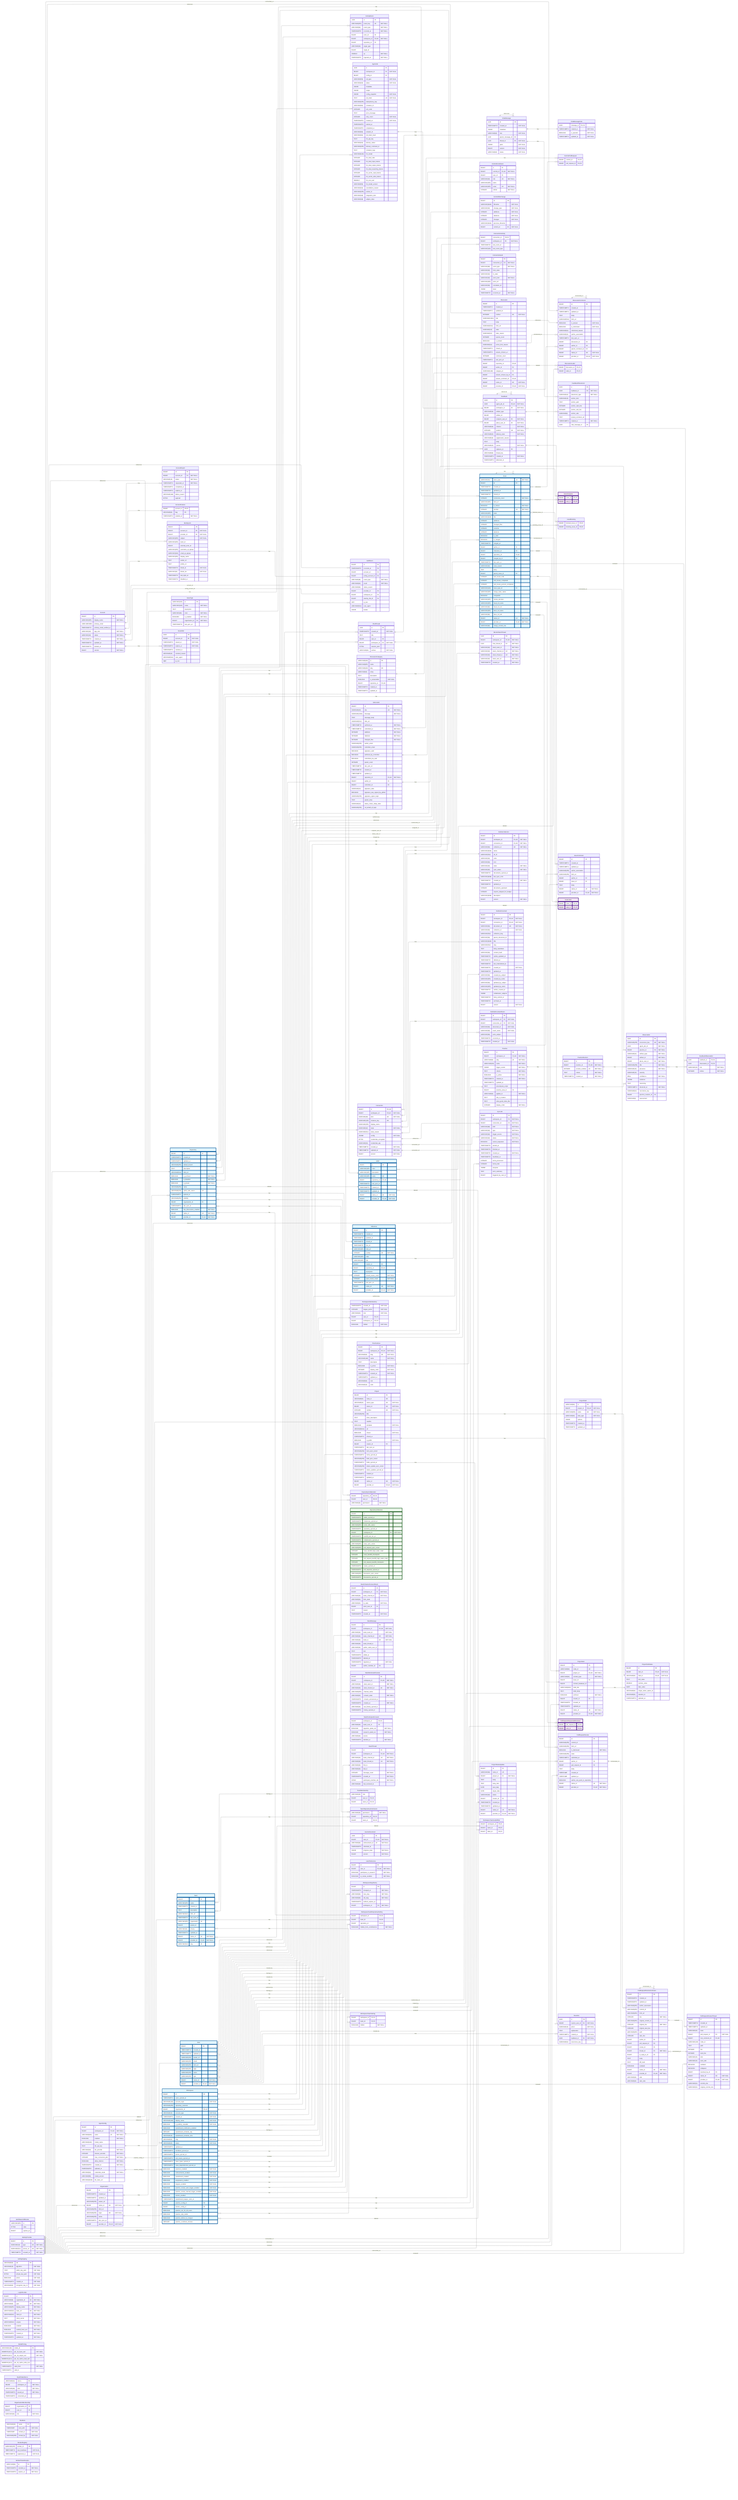
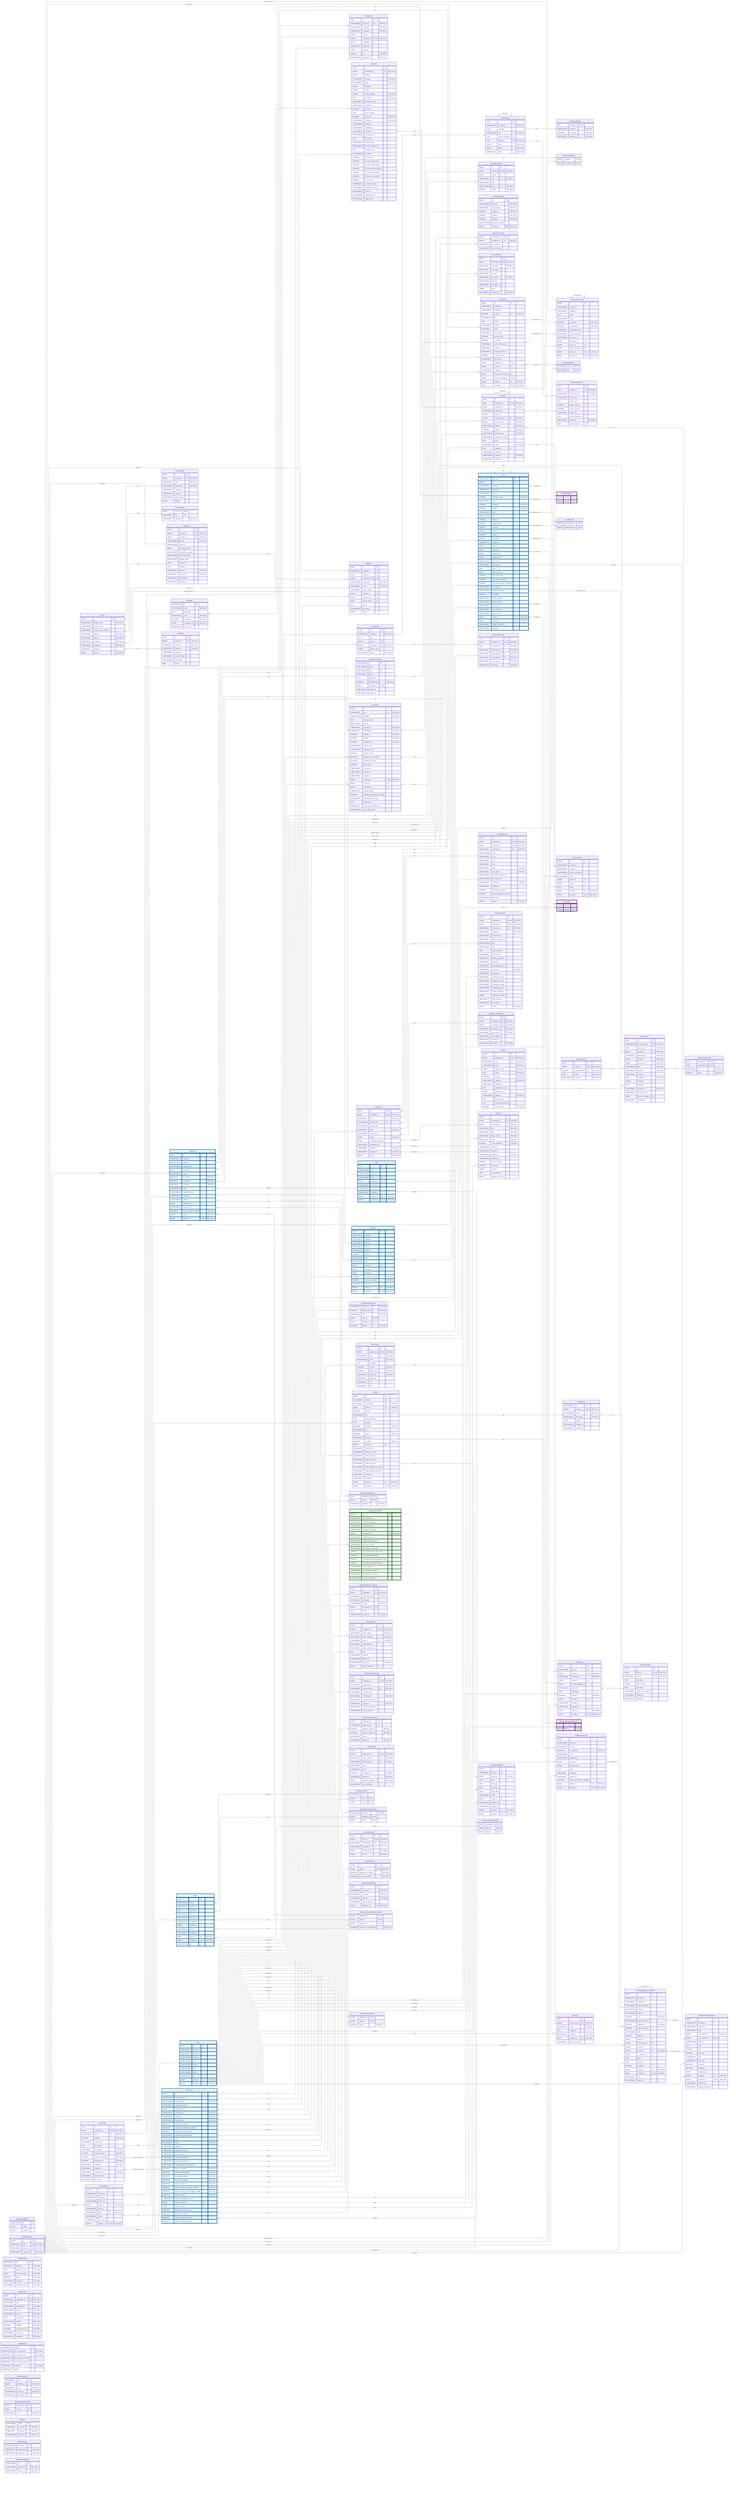
---
config:
    layout: elk
---
erDiagram
    %% Generated automatically from PostgreSQL database schema
    %% using scripts/generate-mermaid-erd.ts
    %% To regenerate: pnpm run db:generate-erd-docs

    direction LR

    Account {
        BIGINT id PK
        VARCHAR(255) display_name "NOT NULL"
        USER-DEFINED primary_email
        TIMESTAMPTZ primary_email_verified_at
        VARCHAR(16) app_role "NOT NULL"
        VARCHAR(16) status "NOT NULL"
        TIMESTAMPTZ created_at "NOT NULL"
        TIMESTAMPTZ updated_at "NOT NULL"
        TIMESTAMPTZ deleted_at
        BIGINT version "NOT NULL"
    }

    AccountExport {
        BIGINT id PK
        BIGINT account_id FK "NOT NULL"
        VARCHAR(16) status "NOT NULL"
        TIMESTAMPTZ requested_at "NOT NULL"
        TIMESTAMPTZ completed_at
        TIMESTAMPTZ expires_at
        VARCHAR(128) failure_reason
        BYTEA payload
    }

    AccountFeature {
        BIGINT account_id PK,FK
        VARCHAR(64) flag PK
        TIMESTAMPTZ enabled_at "NOT NULL"
    }

    ActivityEvent {
        UUID id PK
        VARCHAR(255) event_key UK "NOT NULL"
        VARCHAR(64) event_type "NOT NULL"
        TIMESTAMPTZ occurred_at "NOT NULL"
        BIGINT actor_id FK
        BIGINT workspace_id FK,UK "NOT NULL"
        BIGINT repository_id FK
        VARCHAR(32) target_type
        BIGINT target_id
        DOUBLE xp "NOT NULL"
        TIMESTAMPTZ ingested_at "NOT NULL"
    }

    AgentConfig {
        BIGINT id PK
        BIGINT workspace_id FK,UK "NOT NULL"
        VARCHAR(100) name UK "NOT NULL"
        BOOLEAN enabled "NOT NULL"
        VARCHAR(128) model_name
        TEXT llm_api_key
        VARCHAR(32) llm_provider "NOT NULL"
        INTEGER timeout_seconds "NOT NULL"
        INTEGER max_concurrent_jobs "NOT NULL"
        BOOLEAN allow_internet "NOT NULL"
        TIMESTAMPTZ created_at "NOT NULL"
        TIMESTAMPTZ updated_at
        VARCHAR(16) credential_mode "NOT NULL"
        VARCHAR(50) model_version
        VARCHAR(2048) llm_base_url
    }

    AgentJob {
        UUID id PK
        BIGINT workspace_id FK "NOT NULL"
        BIGINT config_id FK
        VARCHAR(50) job_type "NOT NULL"
        VARCHAR(20) status "NOT NULL"
        JSONB metadata
        JSONB output
        JSONB config_snapshot "NOT NULL"
        TEXT job_token UK "NOT NULL"
        VARCHAR(255) idempotency_key
        VARCHAR(64) container_id
        INTEGER exit_code
        TEXT error_message
        INTEGER retry_count "NOT NULL"
        TIMESTAMPTZ created_at "NOT NULL"
        TIMESTAMPTZ started_at
        TIMESTAMPTZ completed_at
        VARCHAR(64) network_id
        VARCHAR(64) job_token_hash
        TEXT llm_api_key
        VARCHAR(20) delivery_status
        VARCHAR(255) delivery_comment_id
        TEXT container_logs
        VARCHAR(100) llm_model
        INTEGER llm_total_calls
        INTEGER llm_total_input_tokens
        INTEGER llm_total_output_tokens
        INTEGER llm_total_reasoning_tokens
        INTEGER llm_cache_read_tokens
        INTEGER llm_cache_write_tokens
        DOUBLE llm_cost_usd
        VARCHAR(50) llm_model_version
        VARCHAR(32) cancellation_reason
        VARCHAR(255) worker_id
        VARCHAR(48) integration_kind
        VARCHAR(48) subject_class
    }

    AuthEvent {
        BIGINT id PK
        TIMESTAMPTZ occurred_at PK
        BIGINT account_id FK
        BIGINT acting_account_id FK
        VARCHAR(48) event_type "NOT NULL"
        VARCHAR(16) result "NOT NULL"
        VARCHAR(64) failure_reason
        BIGINT provider_id FK
        BIGINT workspace_id FK
        BIGINT identity_link_id FK
        INET ip_inet
        VARCHAR(512) user_agent
        JSONB details
    }

    AuthRateLimitBucket {
        VARCHAR(255) id PK
        BYTEA state
        BIGINT expires_at
    }

    ChatMessage {
        UUID id PK
        TIMESTAMPTZ created_at "NOT NULL"
        JSONB metadata
        VARCHAR(16) role "NOT NULL"
        UUID parent_message_id FK
        UUID thread_id FK "NOT NULL"
        JSONB parts "NOT NULL"
        BIGINT version "NOT NULL"
        VARCHAR(16) status "NOT NULL"
    }

    ChatMessageVote {
        UUID message_id PK,FK
        TIMESTAMPTZ created_at "NOT NULL"
        BOOLEAN is_upvoted "NOT NULL"
        TIMESTAMPTZ updated_at "NOT NULL"
    }

    ChatThread {
        UUID id PK
        TIMESTAMPTZ created_at "NOT NULL"
        TEXT title
        BIGINT user_id FK
        BIGINT workspace_id FK "NOT NULL"
        BYTEA session_jsonl
        VARCHAR(16) surface "NOT NULL"
    }

    CommitContributor {
        BIGINT id PK
        BIGINT commit_id FK,UK "NOT NULL"
        BIGINT user_id FK
        VARCHAR(32) role UK "NOT NULL"
        VARCHAR(255) name
        VARCHAR(255) email UK "NOT NULL"
        INTEGER ordinal "NOT NULL"
    }

    CommitFileChange {
        BIGINT id PK
        VARCHAR(1024) filename "NOT NULL"
        VARCHAR(32) change_type "NOT NULL"
        INTEGER additions "NOT NULL"
        INTEGER deletions "NOT NULL"
        INTEGER changes "NOT NULL"
        VARCHAR(1024) previous_filename
        BIGINT commit_id FK "NOT NULL"
    }

    CommitPullRequest {
        BIGINT commit_id PK,FK
        BIGINT pull_request_id PK,FK
    }

    Connection {
        BIGINT id PK,UK
        BIGINT workspace_id FK,UK "NOT NULL"
        VARCHAR(48) kind UK "NOT NULL"
        VARCHAR(128) instance_key UK
        VARCHAR(256) display_name
        VARCHAR(32) state "NOT NULL"
        VARCHAR(512) state_reason
        JSONB config "NOT NULL"
        BYTEA credentials_encrypted
        VARCHAR(64) credentials_alg
        TIMESTAMPTZ created_at "NOT NULL"
        TIMESTAMPTZ updated_at "NOT NULL"
        BIGINT version "NOT NULL"
    }

    ConnectionActivity {
        BIGINT connection_id PK,FK
        BIGINT workspace_id FK "NOT NULL"
        TIMESTAMPTZ last_event_at
        VARCHAR(128) last_event_type
    }

    ConnectionAudit {
        BIGINT id PK
        BIGINT connection_id FK "NOT NULL"
        VARCHAR(48) event_type "NOT NULL"
        VARCHAR(32) from_state
        VARCHAR(32) to_state
        VARCHAR(32) actor_kind "NOT NULL"
        VARCHAR(256) actor_ref
        VARCHAR(64) correlation_id
        JSONB detail
        TIMESTAMPTZ occurred_at "NOT NULL"
    }

    Discussion {
        BIGINT id PK
        TIMESTAMPTZ created_at
        TIMESTAMPTZ updated_at
        INTEGER number UK "NOT NULL"
        VARCHAR(1024) title
        TEXT body
        VARCHAR(512) html_url
        VARCHAR(16) state
        VARCHAR(32) state_reason
        INTEGER upvote_count
        BOOLEAN is_locked
        VARCHAR(32) active_lock_reason
        TIMESTAMPTZ closed_at
        TIMESTAMPTZ answer_chosen_at
        INTEGER comment_count
        TIMESTAMPTZ last_sync_at
        BIGINT repository_id FK,UK
        BIGINT author_id FK
        VARCHAR(128) category_id FK
        BIGINT answer_chosen_by_id FK
        BIGINT answer_comment_id FK,UK
        BIGINT native_id UK "NOT NULL"
        BIGINT provider_id FK,UK "NOT NULL"
    }

    DiscussionCategory {
        VARCHAR(128) id PK
        VARCHAR(255) name
        VARCHAR(128) slug UK
        VARCHAR(32) emoji
        TEXT description
        BOOLEAN is_answerable "NOT NULL"
        BIGINT repository_id FK,UK
        TIMESTAMPTZ created_at
        TIMESTAMPTZ updated_at
    }

    DiscussionComment {
        BIGINT id PK
        TIMESTAMPTZ created_at
        TIMESTAMPTZ updated_at
        TEXT body
        VARCHAR(512) html_url
        BOOLEAN is_answer "NOT NULL"
        BOOLEAN is_minimized "NOT NULL"
        VARCHAR(64) minimized_reason
        VARCHAR(32) author_association
        TIMESTAMPTZ last_sync_at
        BIGINT discussion_id FK
        BIGINT author_id FK
        BIGINT parent_comment_id FK
        BIGINT native_id UK "NOT NULL"
        BIGINT provider_id FK,UK "NOT NULL"
    }

    DiscussionLabel {
        BIGINT discussion_id PK,FK
        BIGINT label_id PK,FK
    }

    Feedback {
        UUID id PK
        UUID agent_job_id FK,UK "NOT NULL"
        BIGINT workspace_id FK "NOT NULL"
        VARCHAR(32) artifact_type
        BIGINT artifact_id
        BIGINT recipient_user_id FK "NOT NULL"
        BIGINT about_user_id FK "NOT NULL"
        VARCHAR(32) channel "NOT NULL"
        INTEGER position UK "NOT NULL"
        VARCHAR(16) delivery_state "NOT NULL"
        VARCHAR(32) suppression_reason
        TEXT body
        VARCHAR(16) source "NOT NULL"
        UUID replaces_id FK
        VARCHAR(64) thread_key
        TIMESTAMPTZ created_at "NOT NULL"
        TIMESTAMPTZ delivered_at
    }

    FeedbackObservation {
        UUID feedback_id PK,FK
        UUID observation_id PK,FK
        VARCHAR(16) role "NOT NULL"
        INTEGER ordinal "NOT NULL"
    }

    FeedbackPlacement {
        UUID id PK
        UUID feedback_id FK "NOT NULL"
        VARCHAR(32) placement_type "NOT NULL"
        VARCHAR(16) anchor_kind
        TEXT anchor_path
        INTEGER anchor_start_line
        INTEGER anchor_end_line
        VARCHAR(8) anchor_side
        TEXT posted_comment_ref
        TIMESTAMPTZ created_at "NOT NULL"
        UUID chat_message_id FK
    }

    GitCommit {
        BIGINT id PK
        VARCHAR(40) sha UK "NOT NULL"
        VARCHAR(1024) message "NOT NULL"
        TEXT message_body
        VARCHAR(512) html_url
        TIMESTAMPTZ authored_at "NOT NULL"
        TIMESTAMPTZ committed_at "NOT NULL"
        INTEGER additions "NOT NULL"
        INTEGER deletions "NOT NULL"
        INTEGER changed_files "NOT NULL"
        VARCHAR(255) author_email
        VARCHAR(255) committer_email
        BOOLEAN signature_valid
        BOOLEAN authored_by_committer
        BOOLEAN committed_via_web
        INTEGER parent_count
        TIMESTAMPTZ last_sync_at
        TIMESTAMPTZ created_at
        TIMESTAMPTZ updated_at
        BIGINT repository_id FK,UK "NOT NULL"
        BIGINT author_id FK
        BIGINT committer_id FK
        VARCHAR(32) signature_state
        BOOLEAN signature_was_signed_by_github
        VARCHAR(255) signature_signer_login
        TEXT parent_shas
        VARCHAR(32) status_check_rollup_state
        VARCHAR(255) on_behalf_of_login
    }

    IdentityLink {
        BIGINT id PK
        BIGINT account_id FK "NOT NULL"
        BIGINT provider_id FK "NOT NULL"
        VARCHAR(255) subject "NOT NULL"
        VARCHAR(255) team_id
        BIGINT external_actor_id
        VARCHAR(255) username_at_signup
        VARCHAR(320) email_at_signup
        VARCHAR(255) display_name
        TEXT avatar_url
        TEXT profile_url
        TIMESTAMPTZ linked_at "NOT NULL"
        VARCHAR(16) linked_via "NOT NULL"
        TIMESTAMPTZ last_login_at
        TIMESTAMPTZ disabled_at
    }

    IdentityProvider {
        BIGINT id PK
        VARCHAR(10) type UK "NOT NULL"
        VARCHAR(512) server_url UK "NOT NULL"
        TIMESTAMPTZ created_at "NOT NULL"
    }

    Issue {
        VARCHAR(31) issue_type UK "NOT NULL"
        BIGINT id PK
        TIMESTAMPTZ created_at
        TIMESTAMPTZ updated_at
        TIMESTAMPTZ closed_at
        INTEGER comments_count "NOT NULL"
        VARCHAR(255) html_url
        BOOLEAN is_locked "NOT NULL"
        INTEGER number UK "NOT NULL"
        VARCHAR(255) state
        VARCHAR(1024) title
        INTEGER additions
        INTEGER changed_files
        INTEGER commits
        INTEGER deletions
        BOOLEAN is_draft
        BOOLEAN is_merged
        TIMESTAMPTZ merged_at
        BIGINT author_id FK
        BIGINT milestone_id FK
        BIGINT repository_id FK,UK
        BIGINT merged_by_id FK
        TIMESTAMPTZ last_sync_at
        VARCHAR(32) state_reason
        TEXT body
        BIGINT parent_issue_id FK
        INTEGER sub_issues_total
        INTEGER sub_issues_completed
        INTEGER sub_issues_percent_completed
        VARCHAR(128) issue_type_id FK
        VARCHAR(255) merge_state_status
        BOOLEAN mergeable
        VARCHAR(255) review_decision
        VARCHAR(255) head_ref_name
        VARCHAR(40) head_ref_oid
        VARCHAR(255) base_ref_name
        VARCHAR(40) base_ref_oid
        BIGINT native_id UK "NOT NULL"
        BIGINT provider_id FK,UK "NOT NULL"
        VARCHAR(40) merge_commit_sha
+         TIMESTAMPTZ deleted_at
    }

    IssueAssignee {
        BIGINT issue_id PK,FK
        BIGINT user_id PK,FK
    }

    IssueBlocking {
        BIGINT blocked_issue_id PK,FK
        BIGINT blocking_issue_id PK,FK
    }

    IssueComment {
        BIGINT id PK
        TIMESTAMPTZ created_at
        TIMESTAMPTZ updated_at
        VARCHAR(255) author_association
        VARCHAR(255) html_url
        BIGINT author_id FK
        BIGINT issue_id FK
        TEXT body
        BIGINT native_id UK "NOT NULL"
        BIGINT provider_id FK,UK "NOT NULL"
    }

    IssueLabel {
        BIGINT issue_id PK,FK
        BIGINT label_id PK,FK
    }

    IssueType {
        VARCHAR(128) id PK
        VARCHAR(128) name "NOT NULL"
        TEXT description
        VARCHAR(20) color "NOT NULL"
        BOOLEAN is_enabled "NOT NULL"
        BIGINT organization_id FK "NOT NULL"
        TIMESTAMPTZ last_sync_at
    }

    IssuedJwt {
        UUID jti PK
        BIGINT account_id FK "NOT NULL"
        TIMESTAMPTZ issued_at "NOT NULL"
        TIMESTAMPTZ expires_at "NOT NULL"
        TIMESTAMPTZ revoked_at
        VARCHAR(32) revoked_reason
        VARCHAR(512) user_agent
        INET ip_inet
    }

    JwtSigningKey {
        VARCHAR(64) kid PK
        VARCHAR(16) algorithm "NOT NULL"
        TEXT public_key_pem "NOT NULL"
        BYTEA private_key_pem "NOT NULL"
        BOOLEAN active "NOT NULL"
        TIMESTAMPTZ created_at "NOT NULL"
        VARCHAR(64) encryption_key_id "NOT NULL"
    }

    Label {
        BIGINT id PK
        VARCHAR(255) color
        VARCHAR(255) description
        VARCHAR(255) name UK
        BIGINT repository_id FK,UK
        TIMESTAMPTZ last_sync_at
        TIMESTAMPTZ created_at
        TIMESTAMPTZ updated_at
        BIGINT native_id UK "NOT NULL"
        BIGINT provider_id FK,UK "NOT NULL"
    }

    LoginProvider {
        BIGINT id PK
        VARCHAR(64) registration_id UK "NOT NULL"
        VARCHAR(10) type UK "NOT NULL"
        VARCHAR(255) display_name "NOT NULL"
        VARCHAR(512) base_url UK "NOT NULL"
        VARCHAR(512) client_id "NOT NULL"
        TEXT client_secret "NOT NULL"
        VARCHAR(512) scopes "NOT NULL"
        BOOLEAN enabled "NOT NULL"
        BOOLEAN seeded_from_env "NOT NULL"
        TIMESTAMPTZ created_at "NOT NULL"
        TIMESTAMPTZ updated_at "NOT NULL"
    }

    MentorSlackThread {
        UUID id PK
        BIGINT workspace_id FK,UK "NOT NULL"
        UUID chat_thread_id FK "NOT NULL"
        VARCHAR(32) slack_team_id "NOT NULL"
        VARCHAR(32) slack_channel_id UK "NOT NULL"
        VARCHAR(32) slack_thread_ts UK "NOT NULL"
        VARCHAR(32) slack_user_id "NOT NULL"
        TIMESTAMPTZ created_at "NOT NULL"
    }

    Milestone {
        BIGINT id PK
        TIMESTAMPTZ created_at
        TIMESTAMPTZ updated_at
        TIMESTAMPTZ closed_at
        TIMESTAMPTZ due_on
        VARCHAR(255) html_url
        INTEGER number UK "NOT NULL"
        VARCHAR(255) state
        VARCHAR(255) title
        BIGINT creator_id FK
        BIGINT repository_id FK,UK
        TEXT description
        INTEGER closed_issues_count "NOT NULL"
        INTEGER open_issues_count "NOT NULL"
        TIMESTAMPTZ last_sync_at
        BIGINT native_id UK "NOT NULL"
        BIGINT provider_id FK,UK "NOT NULL"
    }

    ModelPricing {
        VARCHAR(128) model_id PK
        NUMERIC(12,6) per_1k_input_usd "NOT NULL"
        NUMERIC(12,6) per_1k_output_usd "NOT NULL"
        NUMERIC(12,6) per_1k_cache_read_usd
        NUMERIC(12,6) per_1k_cache_write_usd
        TIMESTAMPTZ valid_from "NOT NULL"
        TIMESTAMPTZ valid_to
    }

    OauthStateNonce {
        VARCHAR(32) nonce PK
        BIGINT workspace_id "NOT NULL"
        VARCHAR(48) kind "NOT NULL"
        TIMESTAMPTZ issued_at "NOT NULL"
        TIMESTAMPTZ consumed_at
    }

    Observation {
        UUID id PK
        VARCHAR(255) occurrence_key UK "NOT NULL"
        UUID agent_job_id "NOT NULL"
        BIGINT practice_id FK "NOT NULL"
        VARCHAR(32) artifact_type "NOT NULL"
        BIGINT artifact_id "NOT NULL"
        BIGINT about_user_id FK "NOT NULL"
        VARCHAR(255) title "NOT NULL"
        VARCHAR(16) presence "NOT NULL"
        VARCHAR(16) severity
        REAL confidence "NOT NULL"
        JSONB evidence
        TEXT reasoning
        TIMESTAMPTZ observed_at "NOT NULL"
        VARCHAR(64) recurrence_key
        BIGINT practice_revision_id FK
        VARCHAR(8) assessment
    }

    Organization {
        BIGINT id PK
        TIMESTAMPTZ created_at
        TIMESTAMPTZ updated_at
        VARCHAR(255) avatar_url
        BIGINT native_id UK "NOT NULL"
        VARCHAR(255) html_url
        VARCHAR(255) login UK "NOT NULL"
        VARCHAR(255) name
        TIMESTAMPTZ last_sync_at
        BIGINT provider_id FK,UK "NOT NULL"
    }

    OrganizationMembership {
        BIGINT organization_id PK
        BIGINT user_id PK
        VARCHAR(32) role "NOT NULL"
    }

    OutlineCollection {
        BIGINT id PK
        BIGINT workspace_id FK,UK "NOT NULL"
        BIGINT connection_id FK,UK "NOT NULL"
        VARCHAR(64) collection_id UK "NOT NULL"
        VARCHAR(1024) name
        VARCHAR(512) url_id
        VARCHAR(32) color
        VARCHAR(64) icon
        VARCHAR(16) state "NOT NULL"
        VARCHAR(16) sync_status "NOT NULL"
        TIMESTAMPTZ documents_synced_at
        VARCHAR(2048) last_sync_error
        TIMESTAMPTZ created_at "NOT NULL"
        TIMESTAMPTZ updated_at
        INTEGER documents_upstream
        INTEGER exports_skipped_for_budget
        VARCHAR(2048) description
        BIGINT version "NOT NULL"
    }

    OutlineDocument {
        BIGINT id PK
        BIGINT workspace_id FK,UK "NOT NULL"
        BIGINT connection_id FK,UK "NOT NULL"
        VARCHAR(64) document_id UK "NOT NULL"
        VARCHAR(64) collection_id "NOT NULL"
        VARCHAR(512) collection_slug
        VARCHAR(64) parent_document_id
        VARCHAR(1024) title
        VARCHAR(512) slug
        TEXT body_markdown
        VARCHAR(64) content_hash
        TIMESTAMPTZ outline_updated_at
        TIMESTAMPTZ deleted_at
        TIMESTAMPTZ last_materialized_at
        TIMESTAMPTZ created_at "NOT NULL"
        TIMESTAMPTZ updated_at
        VARCHAR(64) created_by_subject
        VARCHAR(255) created_by_name
        VARCHAR(64) updated_by_subject
        VARCHAR(255) updated_by_name
        TIMESTAMPTZ outline_created_at
        JSONB collaborator_subjects
        TIMESTAMPTZ body_evicted_at
        TIMESTAMPTZ archived_at
        BIGINT version "NOT NULL"
    }

    OutlineDocumentEvent {
        BIGINT id PK
        BIGINT workspace_id FK "NOT NULL"
        BIGINT connection_id FK "NOT NULL"
        VARCHAR(64) document_id "NOT NULL"
        VARCHAR(64) event_name "NOT NULL"
        VARCHAR(64) actor_subject
        TIMESTAMPTZ occurred_at
        TIMESTAMPTZ created_at "NOT NULL"
    }

    Practice {
        BIGINT id PK
        BIGINT workspace_id FK,UK "NOT NULL"
        VARCHAR(64) slug UK "NOT NULL"
        VARCHAR(128) name "NOT NULL"
        JSONB trigger_events "NOT NULL"
        TEXT criteria "NOT NULL"
        BOOLEAN is_active "NOT NULL"
        TIMESTAMPTZ created_at "NOT NULL"
        TIMESTAMPTZ updated_at
        TEXT precompute_script
        BIGINT practice_area_id FK
        VARCHAR(32) applies_to "NOT NULL"
        TEXT why_it_matters
        TEXT what_good_looks_like
        INTEGER display_order "NOT NULL"
    }

    PracticeArea {
        BIGINT id PK
        BIGINT workspace_id FK,UK "NOT NULL"
        VARCHAR(64) slug UK "NOT NULL"
        VARCHAR(128) name "NOT NULL"
        TEXT description
        BOOLEAN is_active "NOT NULL"
        INTEGER display_order "NOT NULL"
        TIMESTAMPTZ created_at "NOT NULL"
        TIMESTAMPTZ updated_at
        VARCHAR(64) icon
        VARCHAR(32) color
    }

    PracticeRevision {
        BIGINT id PK
        BIGINT practice_id FK,UK "NOT NULL"
        INTEGER revision_number UK "NOT NULL"
        TEXT criteria "NOT NULL"
        TIMESTAMPTZ created_at "NOT NULL"
    }

    Project {
        BIGINT id PK
        VARCHAR(64) node_id UK
        VARCHAR(32) owner_type UK "NOT NULL"
        BIGINT owner_id UK "NOT NULL"
        INTEGER number UK "NOT NULL"
        VARCHAR(256) title
        TEXT short_description
        TEXT readme
        BOOLEAN template "NOT NULL"
        VARCHAR(512) url
        BOOLEAN closed "NOT NULL"
        TIMESTAMPTZ closed_at
        BOOLEAN is_public "NOT NULL"
        BIGINT creator_id FK
        TIMESTAMPTZ last_sync_at
        VARCHAR(256) item_sync_cursor
        TIMESTAMPTZ items_synced_at
        VARCHAR(256) field_sync_cursor
        TIMESTAMPTZ fields_synced_at
        VARCHAR(256) status_update_sync_cursor
        TIMESTAMPTZ status_updates_synced_at
        TIMESTAMPTZ created_at
        TIMESTAMPTZ updated_at
        BIGINT native_id UK "NOT NULL"
        BIGINT provider_id FK,UK "NOT NULL"
    }

    ProjectField {
        VARCHAR(64) id PK
        BIGINT project_id FK,UK "NOT NULL"
        VARCHAR(256) name UK "NOT NULL"
        VARCHAR(32) data_type "NOT NULL"
        JSONB options
        TIMESTAMPTZ created_at
        TIMESTAMPTZ updated_at
    }

    ProjectFieldValue {
        BIGINT id PK
        BIGINT item_id FK,UK "NOT NULL"
        VARCHAR(64) field_id FK,UK "NOT NULL"
        TEXT text_value
        DOUBLE number_value
        DATE date_value
        VARCHAR(64) single_select_option_id
        VARCHAR(64) iteration_id
        TIMESTAMPTZ updated_at
    }

    ProjectItem {
        BIGINT id PK
        VARCHAR(64) node_id UK
        BIGINT project_id FK,UK "NOT NULL"
        VARCHAR(32) content_type "NOT NULL"
        BIGINT issue_id FK
        BIGINT content_database_id
        VARCHAR(1024) draft_title
        TEXT draft_body
        BOOLEAN archived "NOT NULL"
        BIGINT creator_id FK
        TIMESTAMPTZ created_at
        TIMESTAMPTZ updated_at
        BIGINT native_id UK "NOT NULL"
        BIGINT provider_id FK,UK "NOT NULL"
    }

    ProjectStatusUpdate {
        BIGINT id PK
        VARCHAR(64) node_id UK
        BIGINT project_id FK "NOT NULL"
        TEXT body
        TEXT body_html
        DATE start_date
        DATE target_date
        VARCHAR(32) status
        BIGINT creator_id FK
        TIMESTAMPTZ created_at
        TIMESTAMPTZ updated_at
        BIGINT native_id UK "NOT NULL"
        BIGINT provider_id FK,UK "NOT NULL"
    }

    PullRequestRequestedReviewer {
        BIGINT pull_request_id PK,FK
        BIGINT user_id PK,FK
    }

    PullRequestReview {
        BIGINT id PK
        VARCHAR(255) commit_id
        VARCHAR(255) html_url
        BOOLEAN is_dismissed "NOT NULL"
        VARCHAR(255) state
        TIMESTAMPTZ submitted_at
        BIGINT author_id FK
        BIGINT pull_request_id FK
        TEXT body
        TIMESTAMP created_at
        TIMESTAMP updated_at
        BOOLEAN author_can_push_to_repository
        BIGINT native_id UK "NOT NULL"
        BIGINT provider_id FK,UK "NOT NULL"
    }

    PullRequestReviewComment {
        BIGINT id PK
        TIMESTAMPTZ created_at
        TIMESTAMPTZ updated_at
        VARCHAR(255) author_association
        VARCHAR(255) commit_id
        VARCHAR(255) html_url
        INTEGER line "NOT NULL"
        VARCHAR(255) original_commit_id
        INTEGER original_line "NOT NULL"
        INTEGER original_start_line
        VARCHAR(255) path
        INTEGER start_line
        BIGINT author_id FK
        BIGINT pull_request_id FK
        BIGINT review_id FK
        BIGINT thread_id FK "NOT NULL"
        BIGINT in_reply_to_id FK
        TEXT body
        TEXT diff_hunk
        BOOLEAN outdated
        BIGINT native_id UK "NOT NULL"
        BIGINT provider_id FK,UK "NOT NULL"
        VARCHAR(16) side
        VARCHAR(16) start_side
    }

    PullRequestReviewThread {
        BIGINT id PK
        TIMESTAMPTZ created_at
        TIMESTAMPTZ updated_at
        VARCHAR(20) state
        BIGINT pull_request_id FK "NOT NULL"
        BIGINT root_comment_id FK,UK
        VARCHAR(128) node_id
        TEXT path
        INTEGER line
        INTEGER start_line
        VARCHAR(16) side
        VARCHAR(16) start_side
        BOOLEAN outdated
        BOOLEAN collapsed
        BIGINT resolved_by_id FK
        BIGINT native_id UK "NOT NULL"
        BIGINT provider_id FK,UK "NOT NULL"
        VARCHAR(64) commit_sha
        VARCHAR(64) original_commit_sha
    }

    Reaction {
        UUID id PK
        BIGINT reactor_user_id FK "NOT NULL"
        VARCHAR(16) action "NOT NULL"
        TEXT explanation
        TIMESTAMPTZ created_at "NOT NULL"
        UUID feedback_id FK "NOT NULL"
        VARCHAR(64) recurrence_key
    }

    Repository {
        BIGINT id PK
        TIMESTAMPTZ created_at
        TIMESTAMPTZ updated_at
        VARCHAR(255) default_branch
        TEXT description
        VARCHAR(512) html_url
        BOOLEAN is_archived "NOT NULL"
        BOOLEAN is_disabled "NOT NULL"
        BOOLEAN is_private "NOT NULL"
        VARCHAR(255) name
        VARCHAR(150) name_with_owner UK
        TIMESTAMPTZ pushed_at
        VARCHAR(255) visibility
        BIGINT organization_id FK
        TIMESTAMPTZ last_sync_at
        BOOLEAN has_discussions_enabled "NOT NULL"
        BIGINT native_id UK "NOT NULL"
        BIGINT provider_id FK,UK "NOT NULL"
    }

    RepositoryCollaborator {
        BIGINT repository_id PK,FK
        BIGINT user_id PK,FK
        VARCHAR(32) permission "NOT NULL"
    }

    RepositoryToMonitor {
        BIGINT id PK
        TIMESTAMPTZ labels_synced_at
        TIMESTAMPTZ milestones_synced_at
        VARCHAR(255) name_with_owner
        TIMESTAMPTZ repository_synced_at
        BIGINT workspace_id FK "NOT NULL"
        TIMESTAMPTZ backfill_last_run_at
        TIMESTAMPTZ collaborators_synced_at
        VARCHAR(255) issue_sync_cursor
        VARCHAR(255) pull_request_sync_cursor
        INTEGER issue_backfill_high_water_mark
        INTEGER issue_backfill_checkpoint
        INTEGER pull_request_backfill_high_water_mark
        INTEGER pull_request_backfill_checkpoint
        TIMESTAMPTZ issues_synced_at
        TIMESTAMPTZ pull_requests_synced_at
        VARCHAR(255) discussion_sync_cursor
        TIMESTAMPTZ discussions_synced_at
    }

    Shedlock {
        VARCHAR(64) name PK
        TIMESTAMP lock_until "NOT NULL"
        TIMESTAMP locked_at "NOT NULL"
        VARCHAR(255) locked_by "NOT NULL"
    }

    SlackChannelConsentEvent {
        BIGINT id PK
        BIGINT workspace_id FK "NOT NULL"
        VARCHAR(32) slack_channel_id "NOT NULL"
        VARCHAR(16) from_state
        VARCHAR(16) to_state "NOT NULL"
        BIGINT actor_user_id FK
        TEXT reason
        TIMESTAMPTZ created_at "NOT NULL"
    }

    SlackMessage {
        BIGINT id PK
        BIGINT workspace_id FK,UK "NOT NULL"
        VARCHAR(32) slack_team_id "NOT NULL"
        VARCHAR(32) slack_channel_id UK "NOT NULL"
        VARCHAR(32) slack_ts UK "NOT NULL"
        VARCHAR(32) slack_thread_ts
        VARCHAR(32) author_slack_user_id
        TEXT text
        TIMESTAMPTZ edited_at
        TIMESTAMPTZ deleted_at
        TIMESTAMPTZ ingested_at "NOT NULL"
        BIGINT author_member_id FK
    }

    SlackMonitoredChannel {
        BIGINT id PK
        BIGINT workspace_id FK,UK "NOT NULL"
        VARCHAR(32) slack_team_id "NOT NULL"
        VARCHAR(32) slack_channel_id UK "NOT NULL"
        VARCHAR(256) channel_name
        VARCHAR(16) consent_state "NOT NULL"
        TIMESTAMPTZ consent_announced_at
        TIMESTAMPTZ created_at "NOT NULL"
        VARCHAR(32) last_history_synced_ts
        TIMESTAMPTZ history_synced_at
    }

    SlackParticipantConsent {
        BIGINT workspace_id PK,FK
        VARCHAR(32) slack_user_id PK
        BOOLEAN ingestion_opted_out "NOT NULL"
        BOOLEAN research_opted_out "NOT NULL"
        VARCHAR(32) source
        TIMESTAMPTZ decided_at "NOT NULL"
    }

    SlackThread {
        BIGINT id PK
        BIGINT workspace_id FK,UK "NOT NULL"
        VARCHAR(32) slack_channel_id UK "NOT NULL"
        VARCHAR(32) slack_thread_ts UK "NOT NULL"
        VARCHAR(32) first_ts
        VARCHAR(32) last_ts
        INTEGER message_count "NOT NULL"
        TIMESTAMPTZ created_at "NOT NULL"
        ARRAY participant_member_ids "NOT NULL"
        VARCHAR(32) last_reviewed_ts
    }

    SyncJob {
        BIGINT id PK
        BIGINT workspace_id FK "NOT NULL"
        BIGINT connection_id FK "NOT NULL"
        VARCHAR(48) kind "NOT NULL"
        VARCHAR(32) type "NOT NULL"
        VARCHAR(32) trigger_source "NOT NULL"
        VARCHAR(32) status "NOT NULL"
        BOOLEAN cancel_requested "NOT NULL"
        TIMESTAMPTZ started_at
        TIMESTAMPTZ finished_at
        TIMESTAMPTZ created_at "NOT NULL"
        TIMESTAMPTZ heartbeat_at
        INTEGER items_processed
        INTEGER items_total
        JSONB progress
        TEXT error_summary
        BIGINT triggered_by_user_id
    }

    Team {
        BIGINT id PK
        VARCHAR(255) name
        TIMESTAMPTZ created_at
        TEXT description
        VARCHAR(512) html_url
        TIMESTAMPTZ last_sync_at
        VARCHAR(255) organization UK
        BIGINT parent_id
        VARCHAR(32) privacy
        TIMESTAMPTZ updated_at
        BIGINT native_id UK "NOT NULL"
        BIGINT provider_id FK,UK "NOT NULL"
        VARCHAR(512) slug UK
    }

    TeamMembership {
        VARCHAR(32) role
        BIGINT user_id PK,FK
        BIGINT team_id PK,FK
    }

    TeamRepositoryPermission {
        VARCHAR(32) permission "NOT NULL"
        BIGINT repository_id PK,FK
        BIGINT team_id PK,FK
    }

    User {
        BIGINT id PK
        TIMESTAMPTZ created_at
        TIMESTAMPTZ updated_at
        VARCHAR(255) avatar_url
        VARCHAR(255) email
        VARCHAR(255) html_url
        VARCHAR(255) login
        VARCHAR(255) name
        VARCHAR(255) type
        BIGINT native_id UK "NOT NULL"
        BIGINT provider_id FK,UK "NOT NULL"
    }

    UserAchievement {
        UUID id PK
        BIGINT user_id FK,UK "NOT NULL"
        VARCHAR(64) achievement_id UK "NOT NULL"
        TIMESTAMPTZ unlocked_at
        JSONB progress_data "NOT NULL"
        BIGINT version "NOT NULL"
    }

    UserPreference {
        BIGINT id PK
        BIGINT user_id FK,UK "NOT NULL"
        BOOLEAN participate_in_research "NOT NULL"
        BOOLEAN ai_review_enabled "NOT NULL"
    }

    WorkerRegistry {
        VARCHAR(255) worker_id PK
        TIMESTAMPTZ last_heartbeat "NOT NULL"
        TIMESTAMPTZ registered_at "NOT NULL"
    }

    WorkerTokenDenylist {
        VARCHAR(64) jti PK
        TIMESTAMPTZ revoked_at "NOT NULL"
        TIMESTAMPTZ expires_at "NOT NULL"
    }

    Workspace {
        BIGINT id PK
        TIMESTAMPTZ users_synced_at
        VARCHAR(120) account_login "NOT NULL"
        VARCHAR(255) repository_selection
        BIGINT organization_id FK,UK
        VARCHAR(10) account_type "NOT NULL"
        TIMESTAMPTZ created_at "NOT NULL"
        VARCHAR(120) display_name "NOT NULL"
        BOOLEAN is_publicly_viewable "NOT NULL"
        BOOLEAN leaderboard_notification_enabled
        INTEGER leaderboard_schedule_day
        VARCHAR(10) leaderboard_schedule_time
        VARCHAR(64) slug UK "NOT NULL"
        VARCHAR(20) status "NOT NULL"
        TIMESTAMPTZ updated_at
        TIMESTAMPTZ members_synced_at
        TIMESTAMPTZ teams_synced_at
        TIMESTAMPTZ sub_issues_synced_at
        TIMESTAMPTZ issue_types_synced_at
        TIMESTAMPTZ issue_dependencies_synced_at
        BOOLEAN practices_enabled "NOT NULL"
        BOOLEAN achievements_enabled "NOT NULL"
        BOOLEAN leaderboard_enabled "NOT NULL"
        BOOLEAN progression_enabled "NOT NULL"
        BOOLEAN leagues_enabled "NOT NULL"
        BOOLEAN practice_review_auto_trigger_enabled "NOT NULL"
        BOOLEAN practice_review_manual_trigger_enabled "NOT NULL"
        BOOLEAN mentor_enabled "NOT NULL"
        TIMESTAMPTZ leaderboard_league_cycle_at
        BIGINT practice_config_id FK
        BIGINT mentor_config_id FK
        BOOLEAN practice_run_for_all_users
        BOOLEAN practice_skip_drafts
        BOOLEAN practice_deliver_to_merged
        INTEGER practice_cooldown_minutes
    }

    WorkspaceMembership {
        TIMESTAMPTZ created_at "NOT NULL"
        INTEGER league_points "NOT NULL"
        VARCHAR(16) role "NOT NULL"
        BIGINT user_id PK,FK
        BIGINT workspace_id PK,FK
        BOOLEAN hidden "NOT NULL"
    }

    WorkspaceSlugHistory {
        BIGINT id PK
        TIMESTAMPTZ changed_at "NOT NULL"
        VARCHAR(64) new_slug "NOT NULL"
        VARCHAR(64) old_slug "NOT NULL"
        TIMESTAMPTZ redirect_expires_at
        BIGINT workspace_id FK "NOT NULL"
    }

    WorkspaceTeamLabelFilter {
        BIGINT workspace_id PK,FK
        BIGINT team_id PK,FK
        BIGINT label_id PK,FK
    }

    WorkspaceTeamRepositorySetting {
        BIGINT workspace_id PK,FK
        BIGINT team_id PK,FK
        BIGINT repository_id PK,FK
        BOOLEAN hidden_from_contributions "NOT NULL"
    }

    WorkspaceTeamSetting {
        BIGINT workspace_id PK,FK
        BIGINT team_id PK,FK
        BOOLEAN hidden "NOT NULL"
    }

    %% Relationships
    %% One-to-One relationships
    Account ||--|| AccountFeature : has
    Workspace ||--|| ActivityEvent : has
    Workspace ||--|| AgentConfig : has
    ChatMessage ||--|| ChatMessageVote : has
    GitCommit ||--|| CommitContributor : has
    Workspace ||--|| Connection : has
    Repository ||--|| Discussion : has
    DiscussionComment ||--|| Discussion : references
    IdentityProvider ||--|| Discussion : references
    Repository ||--|| DiscussionCategory : has
    IdentityProvider ||--|| DiscussionComment : commented_on
    AgentJob ||--|| Feedback : has
    Repository ||--|| GitCommit : has
    Repository ||--|| Issue : has
    IdentityProvider ||--|| Issue : references
    IdentityProvider ||--|| IssueComment : commented_on
    Repository ||--|| Label : labeled
    IdentityProvider ||--|| Label : labeled
    Workspace ||--|| MentorSlackThread : has
    Repository ||--|| Milestone : has
    IdentityProvider ||--|| Milestone : references
    IdentityProvider ||--|| Organization : references
    Workspace ||--|| OutlineCollection : has
    Connection ||--|| OutlineCollection : has
    Workspace ||--|| OutlineDocument : has
    Connection ||--|| OutlineDocument : has
    Workspace ||--|| Practice : has
    Workspace ||--|| PracticeArea : has
    Practice ||--|| PracticeRevision : has
    IdentityProvider ||--|| Project : references
    Project ||--|| ProjectField : has
    ProjectItem ||--|| ProjectFieldValue : has
    ProjectField ||--|| ProjectFieldValue : has
    Project ||--|| ProjectItem : has
    IdentityProvider ||--|| ProjectItem : references
    IdentityProvider ||--|| ProjectStatusUpdate : references
    IdentityProvider ||--|| PullRequestReview : reviewed
    IdentityProvider ||--|| PullRequestReviewComment : commented_on
    PullRequestReviewComment ||--|| PullRequestReviewThread : reviewed
    IdentityProvider ||--|| PullRequestReviewThread : reviewed
    IdentityProvider ||--|| Repository : references
    Workspace ||--|| SlackMessage : has
    Workspace ||--|| SlackMonitoredChannel : has
    Workspace ||--|| SlackParticipantConsent : has
    Workspace ||--|| SlackThread : has
    IdentityProvider ||--|| Team : references
    IdentityProvider ||--|| User : references
    User ||--|| UserAchievement : has
    User ||--|| UserPreference : has
    Organization ||--|| Workspace : has
    User ||--|| WorkspaceMembership : belongs_to
    Workspace ||--|| WorkspaceMembership : belongs_to

    %% One-to-Many relationships
    Account ||--o{ AccountExport : has
    User ||--o{ ActivityEvent : references
    Repository ||--o{ ActivityEvent : has
    Workspace ||--o{ AgentJob : has
    AgentConfig ||--o{ AgentJob : has
    Account ||--o{ AuthEvent : account_id
    Account ||--o{ AuthEvent : acting_account_id
    IdentityProvider ||--o{ AuthEvent : references
    Workspace ||--o{ AuthEvent : has
    IdentityLink ||--o{ AuthEvent : has
    ChatMessage ||--o{ ChatMessage : references
    ChatThread ||--o{ ChatMessage : has
    User ||--o{ ChatThread : has
    Workspace ||--o{ ChatThread : has
    User ||--o{ CommitContributor : has
    GitCommit ||--o{ CommitFileChange : has
    Connection ||--o{ ConnectionAudit : has
    User ||--o{ Discussion : authored_by
    DiscussionCategory ||--o{ Discussion : has
    User ||--o{ Discussion : references
    Discussion ||--o{ DiscussionComment : commented_on
    User ||--o{ DiscussionComment : commented_on
    DiscussionComment ||--o{ DiscussionComment : commented_on
    Workspace ||--o{ Feedback : has
    User ||--o{ Feedback : recipient_user_id
    User ||--o{ Feedback : about_user_id
    Feedback ||--o{ Feedback : references
    Feedback ||--o{ FeedbackPlacement : has
    ChatMessage ||--o{ FeedbackPlacement : has
    User ||--o{ GitCommit : authored_by
    User ||--o{ GitCommit : references
    Account ||--o{ IdentityLink : has
    IdentityProvider ||--o{ IdentityLink : references
    User ||--o{ Issue : authored_by
    Milestone ||--o{ Issue : has
    User ||--o{ Issue : merged_by
    Issue ||--o{ Issue : has
    IssueType ||--o{ Issue : has
    User ||--o{ IssueComment : commented_on
    Issue ||--o{ IssueComment : commented_on
    Organization ||--o{ IssueType : has
    Account ||--o{ IssuedJwt : has
    ChatThread ||--o{ MentorSlackThread : has
    User ||--o{ Milestone : created_by
    Practice ||--o{ Observation : has
    User ||--o{ Observation : has
    PracticeRevision ||--o{ Observation : has
    Workspace ||--o{ OutlineDocumentEvent : has
    Connection ||--o{ OutlineDocumentEvent : has
    PracticeArea ||--o{ Practice : has
    User ||--o{ Project : created_by
    Issue ||--o{ ProjectItem : has
    User ||--o{ ProjectItem : created_by
    Project ||--o{ ProjectStatusUpdate : has
    User ||--o{ ProjectStatusUpdate : created_by
    User ||--o{ PullRequestReview : reviewed
    Issue ||--o{ PullRequestReview : reviewed
    User ||--o{ PullRequestReviewComment : commented_on
    Issue ||--o{ PullRequestReviewComment : commented_on
    PullRequestReview ||--o{ PullRequestReviewComment : commented_on
    PullRequestReviewThread ||--o{ PullRequestReviewComment : commented_on
    PullRequestReviewComment ||--o{ PullRequestReviewComment : commented_on
    Issue ||--o{ PullRequestReviewThread : reviewed
    User ||--o{ PullRequestReviewThread : reviewed
    User ||--o{ Reaction : has
    Feedback ||--o{ Reaction : has
    Organization ||--o{ Repository : has
    Workspace ||--o{ RepositoryToMonitor : monitors
    Workspace ||--o{ SlackChannelConsentEvent : has
    User ||--o{ SlackChannelConsentEvent : has
    User ||--o{ SlackMessage : authored_by
    Workspace ||--o{ SyncJob : has
    Connection ||--o{ SyncJob : references
    Connection ||--o{ SyncJob : connection_id
    Connection ||--o{ SyncJob : connection_id
    AgentConfig ||--o{ Workspace : practice_config_id
    AgentConfig ||--o{ Workspace : mentor_config_id
    Workspace ||--o{ WorkspaceSlugHistory : has

    %% Many-to-Many relationships
    GitCommit }o--o{ CommitPullRequest : has
    Issue }o--o{ CommitPullRequest : references
    Connection }o--o{ ConnectionActivity : has
    Workspace }o--o{ ConnectionActivity : has
    Discussion }o--o{ DiscussionLabel : labeled
    Label }o--o{ DiscussionLabel : labeled
    Feedback }o--o{ FeedbackObservation : has
    Observation }o--o{ FeedbackObservation : has
    Issue }o--o{ IssueAssignee : assigned_to
    User }o--o{ IssueAssignee : assigned_to
    Issue }o--o{ IssueBlocking : blocked_issue_id
    Issue }o--o{ IssueBlocking : blocking_issue_id
    Issue }o--o{ IssueLabel : labeled
    Label }o--o{ IssueLabel : labeled
    Issue }o--o{ PullRequestRequestedReviewer : reviewed
    User }o--o{ PullRequestRequestedReviewer : reviewed
    Repository }o--o{ RepositoryCollaborator : has
    User }o--o{ RepositoryCollaborator : has
    User }o--o{ TeamMembership : belongs_to
    Team }o--o{ TeamMembership : belongs_to
    Repository }o--o{ TeamRepositoryPermission : has
    Team }o--o{ TeamRepositoryPermission : has
    Workspace }o--o{ WorkspaceTeamLabelFilter : labeled
    Team }o--o{ WorkspaceTeamLabelFilter : labeled
    Label }o--o{ WorkspaceTeamLabelFilter : labeled
    Workspace }o--o{ WorkspaceTeamRepositorySetting : has
    Team }o--o{ WorkspaceTeamRepositorySetting : has
    Repository }o--o{ WorkspaceTeamRepositorySetting : has
    Workspace }o--o{ WorkspaceTeamSetting : has
    Team }o--o{ WorkspaceTeamSetting : has

    %% Styling
    classDef primaryEntity fill:#e1f5fe,stroke:#01579b,stroke-width:2px
    classDef associationEntity fill:#f3e5f5,stroke:#4a148c,stroke-width:2px
    classDef metadataEntity fill:#e8f5e8,stroke:#1b5e20,stroke-width:2px

    class Issue primaryEntity
    class IssueAssignee associationEntity
    class IssueLabel associationEntity
    class Label primaryEntity
    class Milestone primaryEntity
    class PullRequestRequestedReviewer associationEntity
    class Repository primaryEntity
    class RepositoryToMonitor metadataEntity
    class Team primaryEntity
    class User primaryEntity
    class Workspace primaryEntity
